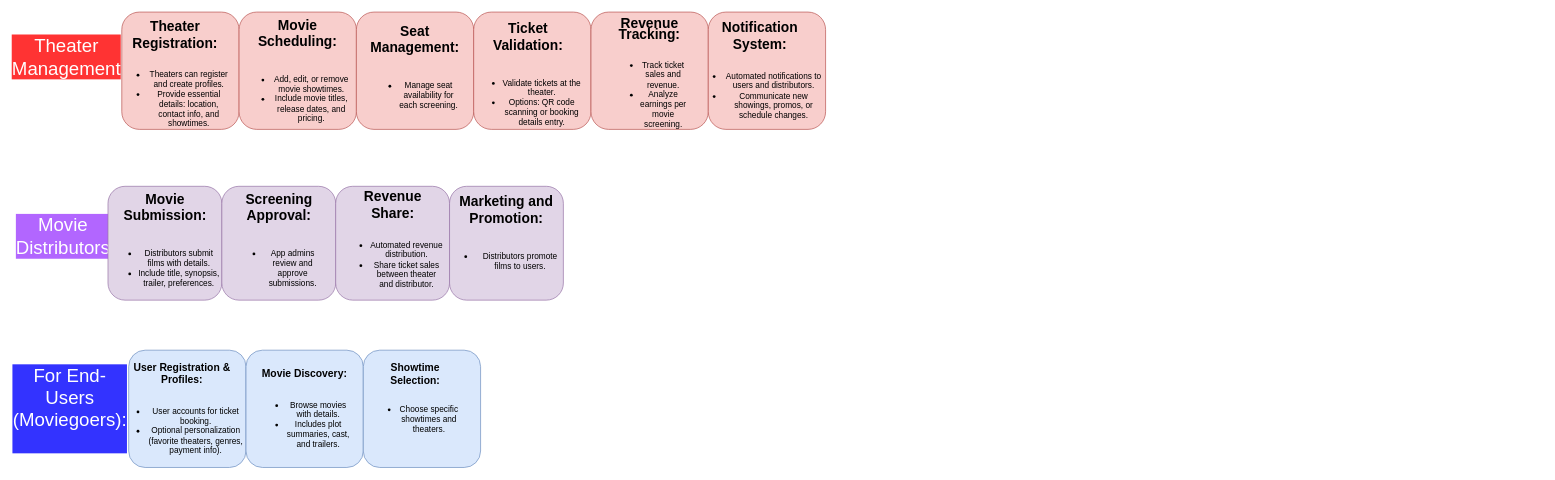
This is CineMania.drawio from ImmortalFireKing/CineMania, a draw.io file, before an edit. Source tidied: cells renumbered, new cells numbered last; positions are measured from the earlier drawing's top-left corner, leaving out a move shared by most shapes. Both pictures are drawn from the tidied source at 69%, with x=0, y=0 at pixel (18, 12).
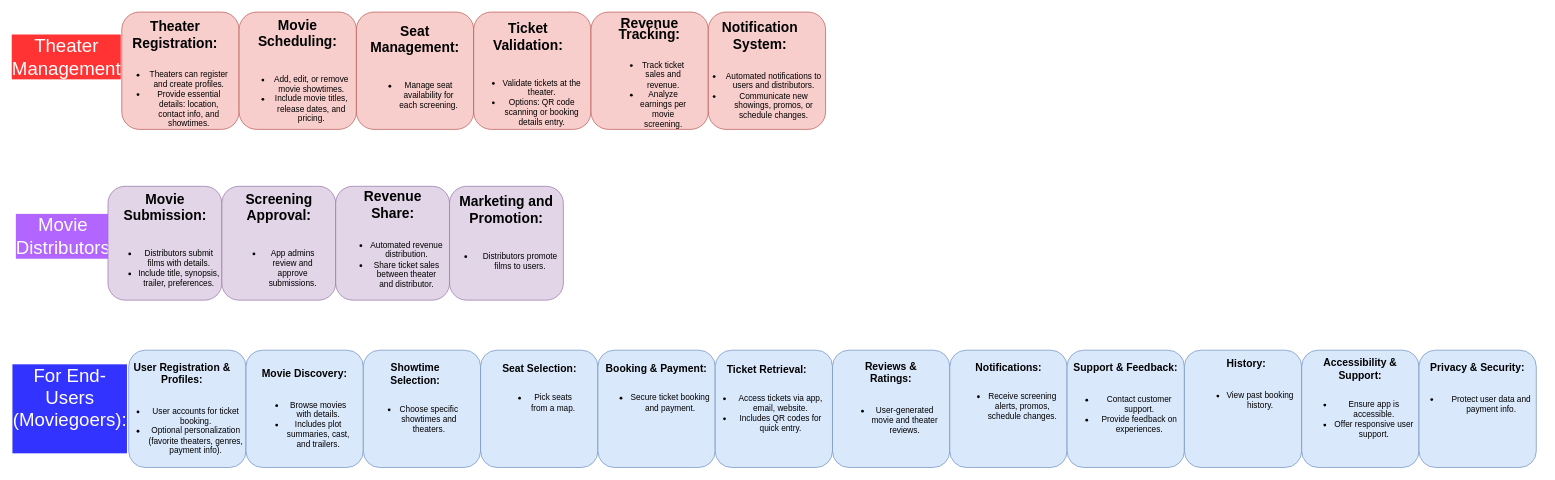
Above is the later version.

What changed in the source:
```diff
@@
+    <mxCell id="31" style="whiteSpace=wrap;html=1;fillColor=#dae8fc;strokeColor=#6c8ebf;direction=north;rounded=1;arcSize=14;" parent="1" vertex="1">
+      <mxGeometry x="670" y="490" width="170" height="170" as="geometry" />
+    </mxCell>
+    <mxCell id="32" value="&lt;div&gt;&lt;b&gt;&lt;font style=&quot;font-size: 15px;&quot;&gt;Seat Selection:&lt;/font&gt;&lt;/b&gt;&lt;/div&gt;&lt;div&gt;&lt;br&gt;&lt;/div&gt;&lt;div&gt;&lt;ul&gt;&lt;li&gt;Pick seats from a map.&lt;/li&gt;&lt;/ul&gt;&lt;/div&gt;" style="text;strokeColor=none;align=center;fillColor=none;html=1;verticalAlign=middle;whiteSpace=wrap;rounded=0;fontSize=12;fontFamily=Helvetica;fontColor=default;" parent="1" vertex="1">
+      <mxGeometry x="697.5" y="535" width="115" height="30" as="geometry" />
+    </mxCell>
+    <mxCell id="33" style="whiteSpace=wrap;html=1;fillColor=#dae8fc;strokeColor=#6c8ebf;direction=north;rounded=1;arcSize=14;" parent="1" vertex="1">
+      <mxGeometry x="840" y="490" width="170" height="170" as="geometry" />
+    </mxCell>
+    <mxCell id="34" value="&lt;div&gt;&lt;b&gt;&lt;font style=&quot;font-size: 15px;&quot;&gt;Booking &amp;amp; Payment:&lt;/font&gt;&lt;/b&gt;&lt;/div&gt;&lt;div&gt;&lt;br&gt;&lt;/div&gt;&lt;div&gt;&lt;ul&gt;&lt;li&gt;Secure ticket booking and payment.&lt;/li&gt;&lt;/ul&gt;&lt;/div&gt;" style="text;strokeColor=none;align=center;fillColor=none;html=1;verticalAlign=middle;whiteSpace=wrap;rounded=0;fontSize=12;fontFamily=Helvetica;fontColor=default;" parent="1" vertex="1">
+      <mxGeometry x="845" y="535" width="160" height="30" as="geometry" />
+    </mxCell>
+    <mxCell id="35" style="whiteSpace=wrap;html=1;fillColor=#dae8fc;strokeColor=#6c8ebf;direction=north;rounded=1;arcSize=14;" parent="1" vertex="1">
+      <mxGeometry x="1010" y="490" width="170" height="170" as="geometry" />
+    </mxCell>
+    <mxCell id="36" value="&lt;div&gt;&lt;b&gt;&lt;font style=&quot;font-size: 15px;&quot;&gt;Ticket Retrieval:&lt;/font&gt;&lt;/b&gt;&lt;/div&gt;&lt;div&gt;&lt;br&gt;&lt;/div&gt;&lt;div&gt;&lt;ul&gt;&lt;li&gt;Access tickets via app, email, website.&lt;/li&gt;&lt;li&gt;Includes QR codes for quick entry.&lt;/li&gt;&lt;/ul&gt;&lt;/div&gt;" style="text;strokeColor=none;align=center;fillColor=none;html=1;verticalAlign=middle;whiteSpace=wrap;rounded=0;fontSize=12;fontFamily=Helvetica;fontColor=default;" parent="1" vertex="1">
+      <mxGeometry x="995" y="550" width="180" height="30" as="geometry" />
+    </mxCell>
+    <mxCell id="37" style="whiteSpace=wrap;html=1;fillColor=#dae8fc;strokeColor=#6c8ebf;direction=north;rounded=1;arcSize=14;" parent="1" vertex="1">
+      <mxGeometry x="1180" y="490" width="170" height="170" as="geometry" />
+    </mxCell>
+    <mxCell id="38" value="&lt;div style=&quot;font-size: 15px;&quot;&gt;&lt;b style=&quot;&quot;&gt;&lt;font style=&quot;font-size: 15px;&quot;&gt;Reviews &amp;amp; Ratings:&lt;/font&gt;&lt;/b&gt;&lt;/div&gt;&lt;div style=&quot;font-size: 15px;&quot;&gt;&lt;br&gt;&lt;/div&gt;&lt;div&gt;&lt;ul&gt;&lt;li&gt;User-generated movie and theater reviews.&lt;/li&gt;&lt;/ul&gt;&lt;/div&gt;" style="text;strokeColor=none;align=center;fillColor=none;html=1;verticalAlign=middle;whiteSpace=wrap;rounded=0;fontSize=12;fontFamily=Helvetica;fontColor=default;" parent="1" vertex="1">
+      <mxGeometry x="1195" y="550" width="140" height="30" as="geometry" />
+    </mxCell>
+    <mxCell id="39" style="whiteSpace=wrap;html=1;fillColor=#dae8fc;strokeColor=#6c8ebf;direction=north;rounded=1;arcSize=14;" parent="1" vertex="1">
+      <mxGeometry x="1350" y="490" width="170" height="170" as="geometry" />
+    </mxCell>
+    <mxCell id="40" value="&lt;div&gt;&lt;b&gt;&lt;font style=&quot;font-size: 15px;&quot;&gt;Notifications:&lt;/font&gt;&lt;/b&gt;&lt;/div&gt;&lt;div&gt;&lt;br&gt;&lt;/div&gt;&lt;div&gt;&lt;ul&gt;&lt;li&gt;Receive screening alerts, promos, schedule changes.&lt;/li&gt;&lt;/ul&gt;&lt;/div&gt;" style="text;strokeColor=none;align=center;fillColor=none;html=1;verticalAlign=middle;whiteSpace=wrap;rounded=0;fontSize=12;fontFamily=Helvetica;fontColor=default;" parent="1" vertex="1">
+      <mxGeometry x="1362.5" y="520" width="145" height="70" as="geometry" />
+    </mxCell>
+    <mxCell id="41" style="whiteSpace=wrap;html=1;fillColor=#dae8fc;strokeColor=#6c8ebf;direction=north;rounded=1;arcSize=14;" parent="1" vertex="1">
+      <mxGeometry x="1520" y="490" width="170" height="170" as="geometry" />
+    </mxCell>
+    <mxCell id="42" value="&lt;div style=&quot;font-size: 15px;&quot;&gt;&lt;b style=&quot;&quot;&gt;&lt;font style=&quot;font-size: 15px;&quot;&gt;Support &amp;amp; Feedback:&lt;/font&gt;&lt;/b&gt;&lt;/div&gt;&lt;div style=&quot;font-size: 15px;&quot;&gt;&lt;br&gt;&lt;/div&gt;&lt;div&gt;&lt;ul&gt;&lt;li&gt;Contact customer support.&lt;/li&gt;&lt;li&gt;Provide feedback on experiences.&lt;/li&gt;&lt;/ul&gt;&lt;/div&gt;" style="text;strokeColor=none;align=center;fillColor=none;html=1;verticalAlign=middle;whiteSpace=wrap;rounded=0;fontSize=12;fontFamily=Helvetica;fontColor=default;" parent="1" vertex="1">
+      <mxGeometry x="1520" y="550" width="170" height="30" as="geometry" />
+    </mxCell>
+    <mxCell id="43" style="whiteSpace=wrap;html=1;fillColor=#dae8fc;strokeColor=#6c8ebf;direction=north;rounded=1;arcSize=14;" parent="1" vertex="1">
+      <mxGeometry x="1690" y="490" width="170" height="170" as="geometry" />
+    </mxCell>
+    <mxCell id="44" value="&lt;div style=&quot;font-size: 15px;&quot;&gt;&lt;b style=&quot;&quot;&gt;&lt;font style=&quot;font-size: 15px;&quot;&gt;History:&lt;/font&gt;&lt;/b&gt;&lt;/div&gt;&lt;div style=&quot;font-size: 15px;&quot;&gt;&lt;br&gt;&lt;/div&gt;&lt;div&gt;&lt;ul&gt;&lt;li&gt;View past booking history.&lt;/li&gt;&lt;/ul&gt;&lt;/div&gt;" style="text;strokeColor=none;align=center;fillColor=none;html=1;verticalAlign=middle;whiteSpace=wrap;rounded=0;fontSize=12;fontFamily=Helvetica;fontColor=default;" parent="1" vertex="1">
+      <mxGeometry x="1710" y="530" width="140" height="30" as="geometry" />
+    </mxCell>
+    <mxCell id="45" style="whiteSpace=wrap;html=1;fillColor=#dae8fc;strokeColor=#6c8ebf;direction=north;rounded=1;arcSize=14;" parent="1" vertex="1">
+      <mxGeometry x="1860" y="490" width="170" height="170" as="geometry" />
+    </mxCell>
+    <mxCell id="46" value="&lt;div&gt;&lt;b&gt;&lt;font style=&quot;font-size: 15px;&quot;&gt;Accessibility &amp;amp; Support:&lt;/font&gt;&lt;/b&gt;&lt;/div&gt;&lt;div&gt;&lt;br&gt;&lt;/div&gt;&lt;div&gt;&lt;ul&gt;&lt;li&gt;Ensure app is accessible.&lt;/li&gt;&lt;li&gt;Offer responsive user support.&lt;/li&gt;&lt;/ul&gt;&lt;/div&gt;" style="text;strokeColor=none;align=center;fillColor=none;html=1;verticalAlign=middle;whiteSpace=wrap;rounded=0;fontSize=12;fontFamily=Helvetica;fontColor=default;" parent="1" vertex="1">
+      <mxGeometry x="1865" y="550" width="160" height="30" as="geometry" />
+    </mxCell>
+    <mxCell id="47" style="whiteSpace=wrap;html=1;fillColor=#dae8fc;strokeColor=#6c8ebf;direction=north;rounded=1;arcSize=14;" parent="1" vertex="1">
+      <mxGeometry x="2030" y="490" width="170" height="170" as="geometry" />
+    </mxCell>
+    <mxCell id="48" value="&lt;div style=&quot;font-size: 15px;&quot;&gt;&lt;b style=&quot;&quot;&gt;&lt;font style=&quot;font-size: 15px;&quot;&gt;Privacy &amp;amp; Security:&lt;/font&gt;&lt;/b&gt;&lt;/div&gt;&lt;div style=&quot;font-size: 15px;&quot;&gt;&lt;br&gt;&lt;/div&gt;&lt;div&gt;&lt;ul&gt;&lt;li&gt;Protect user data and payment info.&lt;/li&gt;&lt;/ul&gt;&lt;/div&gt;" style="text;strokeColor=none;align=center;fillColor=none;html=1;verticalAlign=middle;whiteSpace=wrap;rounded=0;fontSize=12;fontFamily=Helvetica;fontColor=default;" parent="1" vertex="1">
+      <mxGeometry x="2020" y="535" width="190" height="30" as="geometry" />
+    </mxCell>
```
